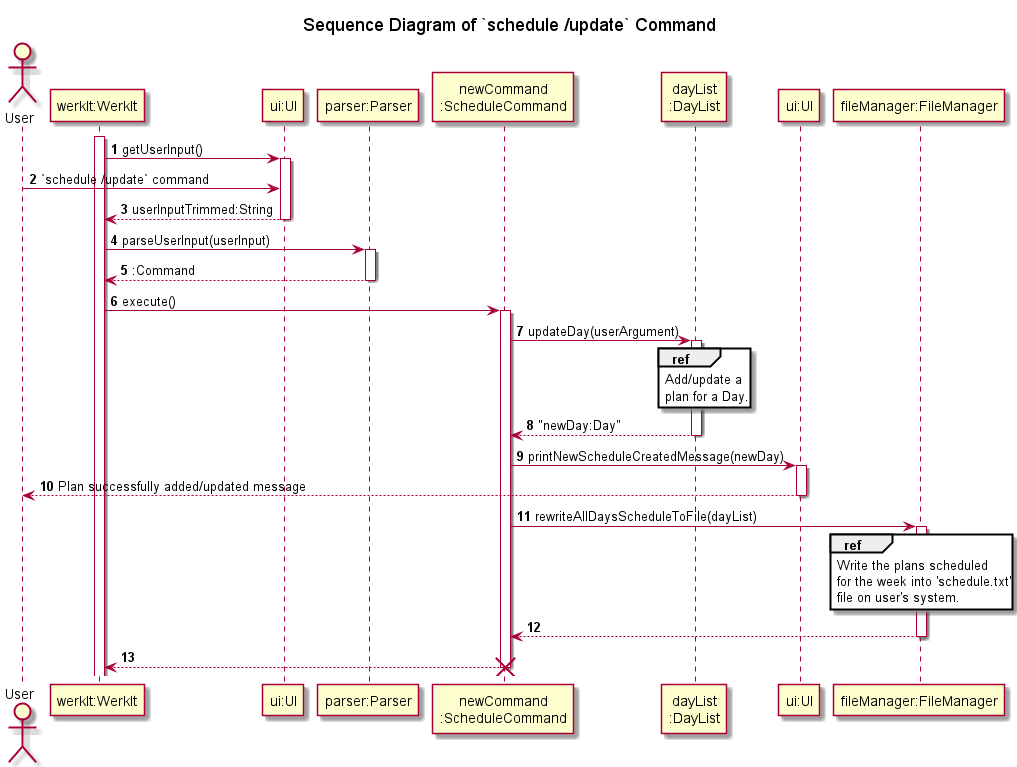
The PlantUML diagram docs/uml/sequenceDiagrams/schedule/images/updateSchedule.png in nus-cs2113-AY2122S2/tp, before a commit.
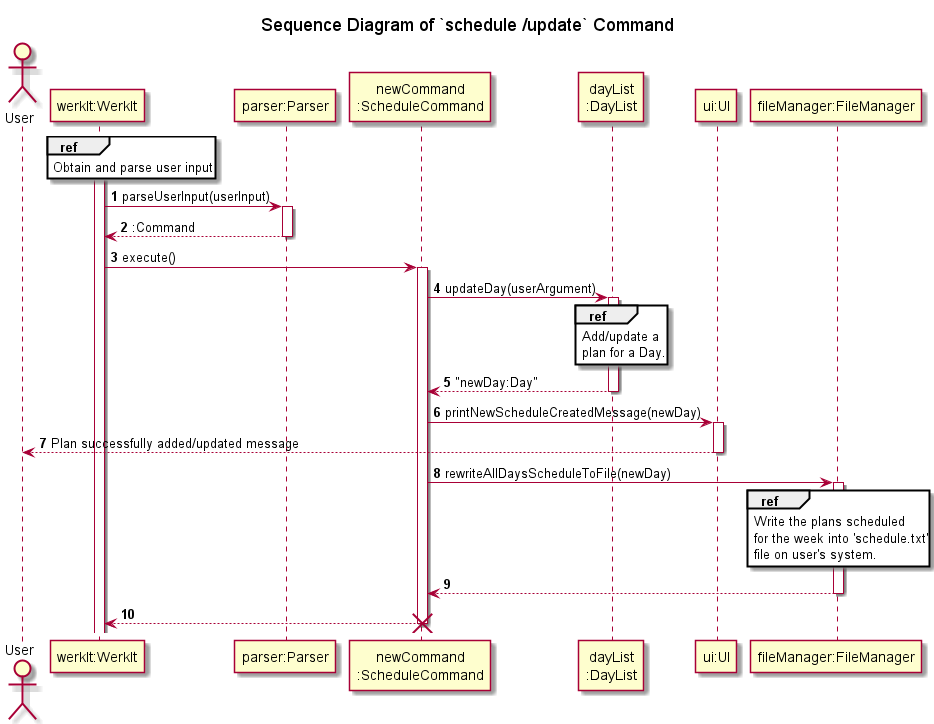
The same file after the commit.

Change to the diagram source:
```diff
@@ -1,5 +1,5 @@
 @startuml
-!include ../Style.puml
+!include ../../Style.puml
 
 autonumber
 
@@ -7,7 +7,6 @@
 
 actor   User
 participant "werkIt:WerkIt" AS WerkIt
-participant "ui:UI" AS UI1
 participant "parser:Parser" AS Parser
 participant "newCommand\n:ScheduleCommand" AS newCommand
 participant "dayList\n:DayList" AS DayList
@@ -15,11 +14,9 @@
 participant "fileManager:FileManager" as FileManager
 
 activate WerkIt
-WerkIt -> UI1 : getUserInput()
-activate UI1
-User -> UI1 : `schedule /update` command
-WerkIt <-- UI1 : userInputTrimmed:String
-deactivate UI1
+ref over WerkIt
+Obtain and parse user input
+end
 
 WerkIt -> Parser : parseUserInput(userInput)
 activate Parser
@@ -42,7 +39,7 @@
 User <-- UI2 : Plan successfully added/updated message
 deactivate UI2
 
-newCommand -> FileManager : rewriteAllDaysScheduleToFile(dayList)
+newCommand -> FileManager : rewriteAllDaysScheduleToFile(newDay)
 activate FileManager
 ref over FileManager
 Write the plans scheduled
```
